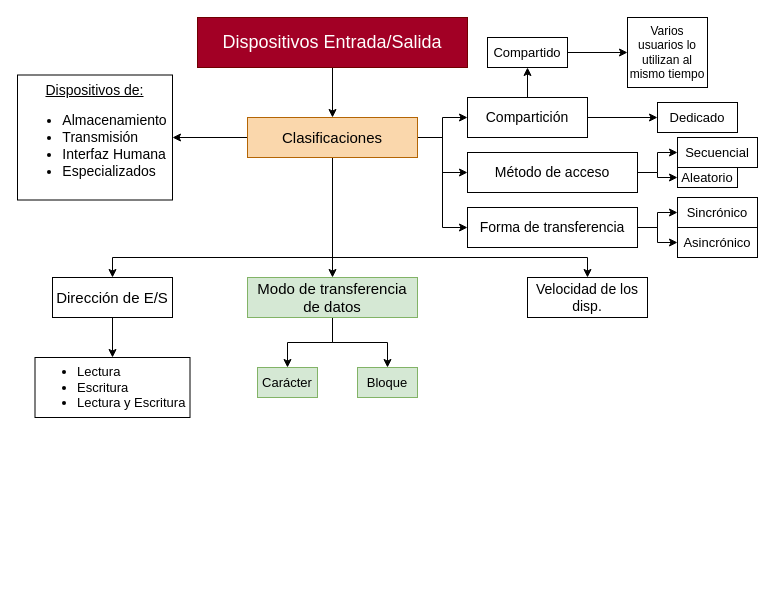
This is Sistemas Operativos 1/Clase 4 - Sist. op. 1.drawio from RMSabrina/Apuntes-Universitarios, a draw.io file, before an edit. Source tidied: cells renumbered, new cells numbered last; positions are measured from the earlier drawing's top-left corner, leaving out a move shared by most shapes. Both pictures are drawn from the tidied source at 100%, with x=0, y=0 at pixel (17, 17).
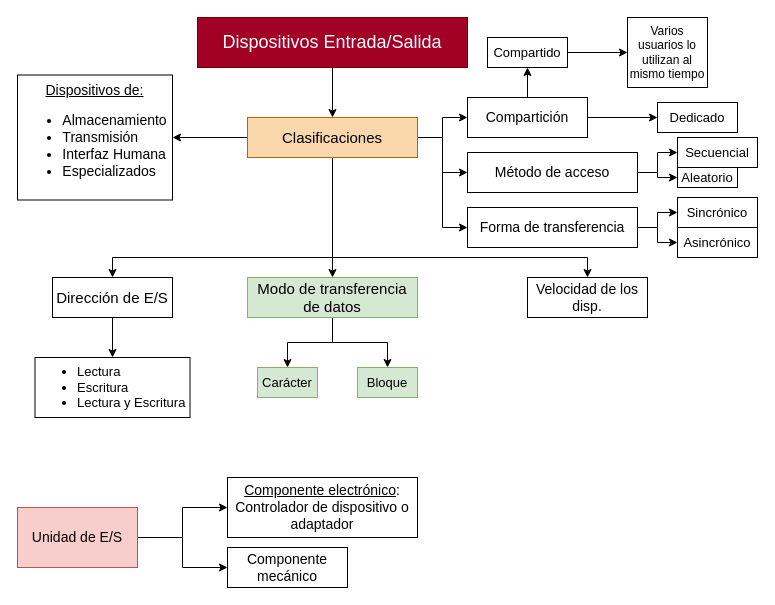
The same page after the edit.

What changed in the source:
```diff
@@
+    <mxCell id="40" style="edgeStyle=orthogonalEdgeStyle;rounded=0;jettySize=auto;html=1;exitX=1;exitY=0.5;exitDx=0;exitDy=0;" parent="1" edge="1" source="42" target="43">
+      <mxGeometry relative="1" as="geometry" />
+    </mxCell>
+    <mxCell id="41" style="edgeStyle=orthogonalEdgeStyle;rounded=0;jettySize=auto;html=1;exitX=1;exitY=0.5;exitDx=0;exitDy=0;" parent="1" edge="1" source="42" target="44">
+      <mxGeometry relative="1" as="geometry" />
+    </mxCell>
+    <mxCell id="42" value="&lt;font style=&quot;font-size: 14px;&quot;&gt;Unidad de E/S&lt;/font&gt;" style="rounded=0;whiteSpace=wrap;html=1;fillColor=#f8cecc;strokeColor=#b85450;" parent="1" vertex="1">
+      <mxGeometry y="490" width="120" height="60" as="geometry" />
+    </mxCell>
+    <mxCell id="43" value="&lt;font style=&quot;font-size: 14px;&quot;&gt;&lt;u&gt;Componente electrónico&lt;/u&gt;: Controlador de dispositivo o adaptador&lt;/font&gt;" style="rounded=0;whiteSpace=wrap;html=1;" parent="1" vertex="1">
+      <mxGeometry x="210" y="460" width="190" height="60" as="geometry" />
+    </mxCell>
+    <mxCell id="44" value="&lt;font style=&quot;font-size: 14px;&quot;&gt;Componente mecánico&lt;/font&gt;" style="rounded=0;whiteSpace=wrap;html=1;" parent="1" vertex="1">
+      <mxGeometry x="210" y="530" width="120" height="40" as="geometry" />
+    </mxCell>
```
